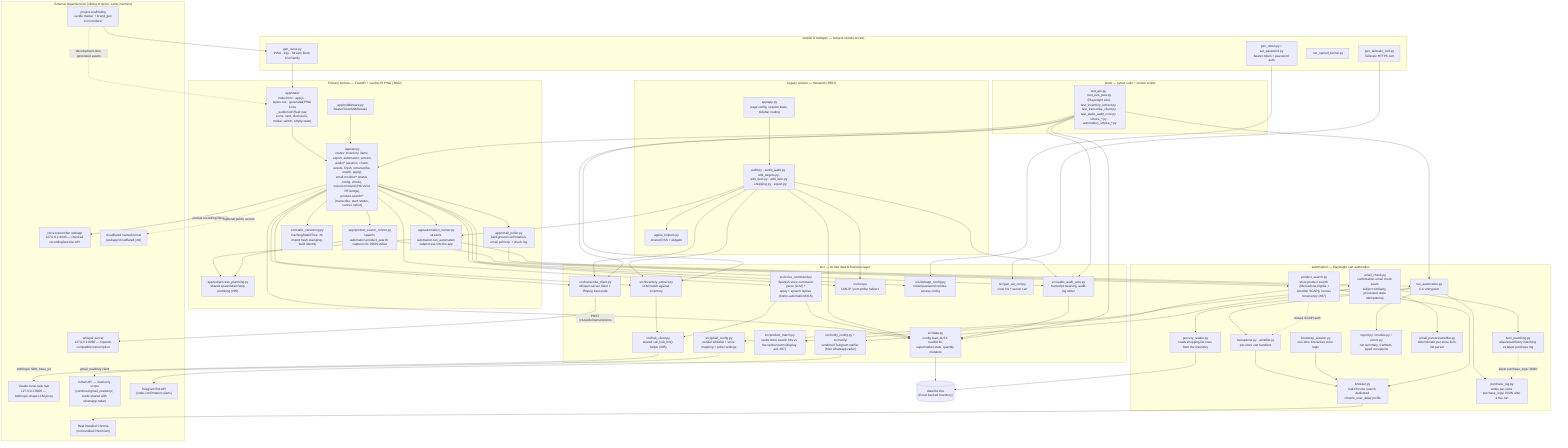
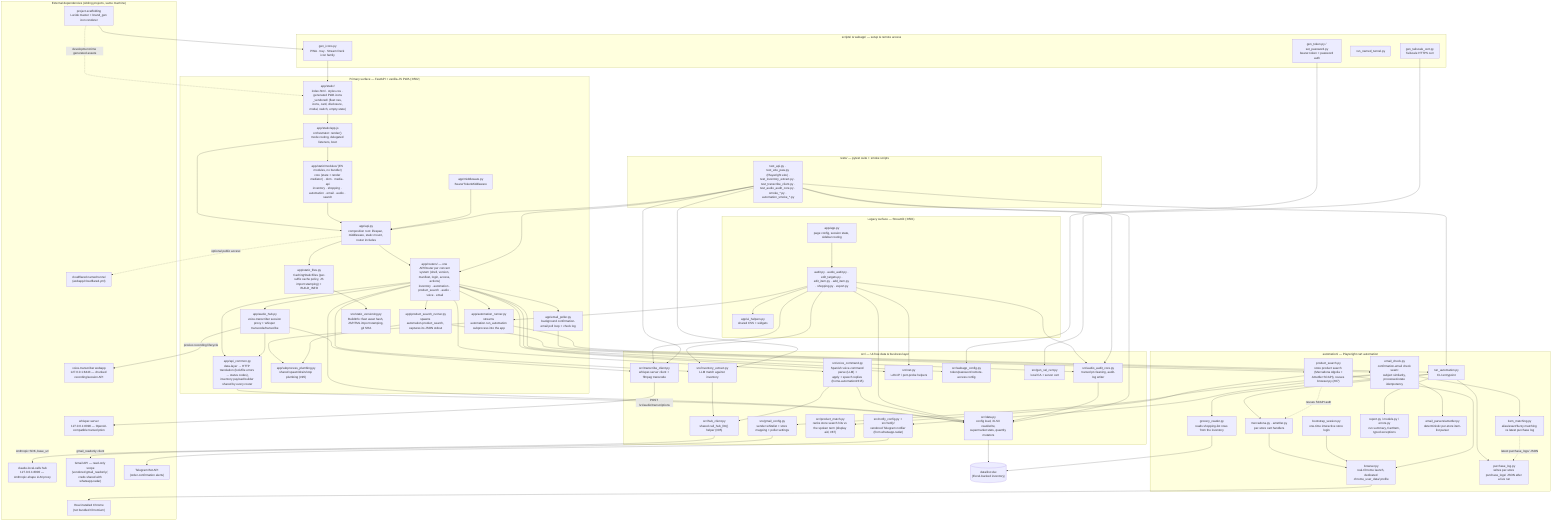
%% docs/architecture.mmd — this repo's own internal structure.
%% Hand-authored, not generated — unlike a fleet-wide crawled map, this
%% repo's own internal shape is semantic and can't be scraped the same way.
%% Update this diagram in the same PR as any material structural change (a
%% new mode/route, a module moved, a new external dependency wired in) —
%% same anti-staleness contract as this repo's own `.fleet.toml` `description`
%% field. See ferraroroberto/fleet-config#256 for the general convention.

flowchart TB
  subgraph frontend["Primary surface — FastAPI + vanilla-JS PWA (:8502)"]
-     STATIC["app/static/\nindex.html · app.js · styles.css · generated PWA icons\n_vendored/ (fleet nav, icons, card, disclosure, modal, switch, empty-state)"]
-     API["app/api.py\nroutes: inventory, items, export, automation, version,\naudio/* (session, chunk, events, finish, retranscribe, match, apply),\nemail-monitor/* (status, config, check), voice/command (HA Voice PE bridge),\nproduct-search/* (transcribe, start, status, cancel, select)"]
+     STATIC["app/static/\nindex.html · styles.css · generated PWA icons\n_vendored/ (fleet nav, icons, card, disclosure, modal, switch, empty-state)"]
+     APPJS["app/static/app.js\norchestrator: render() mode routing, delegated listeners, boot"]
+     JSMODULES["app/static/modules/ (ES modules, no bundler)\ncore (state + render mediator) · dom · media · api\ninventory · shopping · automation · email · audio · search"]
+     API["app/api.py\ncomposition root: lifespan, middleware, static mount, router includes"]
+     ROUTERS["app/routers/ — one APIRouter per concern\nsystem (shell, version, manifest, login, access, actions)\ninventory · automation · product_search · audio · voice · email"]
+     APICOMMON["app/api_common.py\ndata-layer → HTTP translation (lock/file errors → status codes),\ninventory payload builder shared by every router"]
+     AUDIOHUB["app/audio_hub.py\nvoice-transcriber session proxy + whisper transcode/transcribe"]
+     STATICFILES["app/static_files.py\nCachingStaticFiles (per-suffix cache policy, JS import stamping) + BUILD_INFO"]
    MW["app/middleware.py\nBearerTokenMiddleware"]
    RUNNER["app/automation_runner.py\nstreams automation.run_automation subprocess into the app"]
    PSRUNNER["app/product_search_runner.py\nspawns automation.product_search, captures its JSON stdout"]
    SUBPROC["app/subprocess_plumbing.py\nshared spawn/drain/stop plumbing (#95)"]
    POLLER["app/email_poller.py\nbackground confirmation-email poll loop + check log"]
-     VERSIONING["src/static_versioning.py\nCachingStaticFiles: JS import hash-stamping, build identity"]
-     STATIC --> API
+     VERSIONING["src/static_versioning.py\nBuildInfo: fleet asset hash, JS/HTML import stamping, git SHA"]
+     APPJS --> JSMODULES
+     STATIC --> APPJS
+     APPJS --> API
+     JSMODULES --> API
    MW --> API
-     API --> RUNNER
-     API --> PSRUNNER
+     API --> ROUTERS
+     API --> STATICFILES
+     STATICFILES --> VERSIONING
+     ROUTERS --> APICOMMON
+     ROUTERS --> AUDIOHUB
+     AUDIOHUB --> APICOMMON
+     ROUTERS --> RUNNER
+     ROUTERS --> PSRUNNER
    RUNNER --> SUBPROC
    PSRUNNER --> SUBPROC
-     API --> POLLER
-     API --> VERSIONING
+     ROUTERS --> POLLER
  end

  subgraph legacy["Legacy surface — Streamlit (:8501)"]
    APPPY["app/app.py\npage config, session state, sidebar routing"]
    MODES["audit.py · audio_audit.py · edit_targets.py ·\nedit_item.py · add_item.py · shopping.py · export.py"]
    UIHELP["app/ui_helpers.py\nshared CSS + widgets"]
    APPPY --> MODES
    MODES --> UIHELP
    MODES --> RUNNER
  end

  subgraph datalayer["src/ — UI-free data & business layer"]
    DATA["src/data.py\nconfig load, XLSX read/write,\nsupermarket stats, quantity mutators"]
    AUDIOCORE["src/audio_audit_core.py\ntranscript cleaning, audit-log writer"]
    EXTRACT["src/inventory_extract.py\nLLM match against inventory"]
    VOICECMD["src/voice_command.py\nSpanish voice-command parse (LLM) +\napply + speech replies (home-automation#315)"]
    HUBCLIENT["src/hub_client.py\nshared call_hub_llm() helper (#95)"]
    PRODMATCH["src/product_match.py\nranks store search hits vs the spoken term (display aid, #87)"]
    TRANSCRIBE["src/transcribe_client.py\nwhisper-server client + ffmpeg transcode"]
    NET["src/net.py\nLAN-IP / port-probe helpers"]
    WEBCFG["src/webapp_config.py\ntoken/password remote-access config"]
    GMAILCFG["src/gmail_config.py\nsender whitelist + store mapping + poller settings"]
    NOTIFYCFG["src/notify_config.py + src/notify/\nvendored Telegram notifier (from whatsapp-radar)"]
    SSL["src/gen_ssl_cert.py\nlocal CA + server cert"]
  end
-   API --> DATA
-   API --> AUDIOCORE
-   API --> EXTRACT
-   API --> VOICECMD
+   APICOMMON --> DATA
+   ROUTERS --> DATA
+   ROUTERS --> AUDIOCORE
+   ROUTERS --> EXTRACT
+   ROUTERS --> VOICECMD
  EXTRACT --> HUBCLIENT
  VOICECMD --> HUBCLIENT
  VOICECMD --> DATA
-   API --> TRANSCRIBE
-   API --> NET
-   API --> WEBCFG
+   AUDIOHUB --> TRANSCRIBE
+   ROUTERS --> NET
+   ROUTERS --> WEBCFG
  MODES --> DATA
  MODES --> AUDIOCORE
  MODES --> EXTRACT
  MODES --> TRANSCRIBE
  MODES --> NET
  AUDIOCORE --> DATA

  XLSX[("data/list.xlsx\n(Excel-backed inventory)")]
  DATA --> XLSX

  subgraph cartauto["automation/ — Playwright cart automation"]
    RUNAUTO["run_automation.py\nCLI entrypoint"]
    STOREMODS["mercadona.py · ametller.py\nper-store cart handlers"]
    BROWSER["browser.py\nreal-Chrome launch, dedicated chrome_user_data/ profile"]
    BOOTSTRAP["bootstrap_session.py\none-time interactive store login"]
    READER["grocery_reader.py\nreads shopping-list rows from the inventory"]
    REPORT["report.py / models.py / errors.py\nrun summary, CartItem, typed exceptions"]
    PURCHASELOG["purchase_log.py\nwrites per-store purchase_logs/ JSON after a live run"]
    EMAILCHECK["email_check.py\nconfirmation-email check seam:\nsubject similarity, processed-state idempotency"]
    EMAILPARSERS["email_parsers/ametller.py\ndeterministic per-store item-list parser"]
    ITEMMATCH["item_matching.py\nalias/exact/fuzzy matching vs latest purchase log"]
    PRODSEARCH["product_search.py\nstore product search (Mercadona Algolia +\nAmetller SCAPI), reuses browser.py (#87)"]
    RUNAUTO --> STOREMODS
    STOREMODS --> BROWSER
    BOOTSTRAP --> BROWSER
    RUNAUTO --> READER
    RUNAUTO --> REPORT
    RUNAUTO --> PURCHASELOG
    EMAILCHECK --> EMAILPARSERS
    EMAILCHECK --> ITEMMATCH
    PRODSEARCH --> BROWSER
    PRODSEARCH -.->|reuses SCAPI auth| STOREMODS
  end
  RUNNER --> RUNAUTO
  PSRUNNER --> PRODSEARCH
  PRODSEARCH --> PRODMATCH
  POLLER --> EMAILCHECK
  EMAILCHECK --> GMAILCFG
  EMAILCHECK --> NOTIFYCFG
  ITEMMATCH -.->|latest purchase_logs/ JSON| PURCHASELOG
  READER --> XLSX

  subgraph external["External dependencies (sibling projects, same machine)"]
    HUB["claude-local-calls hub\n127.0.0.1:8000 — Anthropic-shape LLM proxy"]
    WHISPER["whisper-server\n127.0.0.1:8090 — OpenAI-compatible transcription"]
    VOICET["voice-transcriber webapp\n127.0.0.1:8443 — chunked recording/session API"]
    CHROME["Real installed Chrome\n(not bundled Chromium)"]
    CLOUDFLARE["cloudflared named tunnel\n(webapp/cloudflared.yml)"]
    GMAILAPI["Gmail API — read-only scope\n(vendored gmail_readonly/, creds shared with whatsapp-radar)"]
    TELEGRAM["Telegram Bot API\n(order-confirmation alerts)"]
    SCAFFOLD["project-scaffolding\nLucide master + brand_gen icon renderer"]
  end
  HUBCLIENT -->|Anthropic SDK, base_url| HUB
  TRANSCRIBE -->|POST /v1/audio/transcriptions| WHISPER
-   API -->|proxies recording lifecycle| VOICET
+   AUDIOHUB -->|proxies recording lifecycle| VOICET
  BROWSER --> CHROME
  API -.->|optional public access| CLOUDFLARE
  GMAILCFG -->|gmail_readonly client| GMAILAPI
  NOTIFYCFG --> TELEGRAM
  SCAFFOLD -.->|development-time generated assets| STATIC

  subgraph scripts["scripts/ & webapp/ — setup & remote access"]
    GENTOKEN["gen_token.py / set_password.py\nbearer-token + password auth"]
    TAILCERT["gen_tailscale_cert.py\nTailscale HTTPS cert"]
    TUNNEL["run_named_tunnel.py"]
    GENICONS["gen_icons.py\nPWA · tray · Stream Deck icon family"]
  end
  GENTOKEN --> WEBCFG
  TAILCERT --> SSL
  GENICONS --> STATIC
  SCAFFOLD --> GENICONS

  subgraph tests["tests/ — pytest suite + smoke scripts"]
    TESTFILES["test_api.py · test_e2e_pwa.py (Playwright e2e) ·\ntest_inventory_extract.py · test_transcribe_client.py ·\ntest_audio_audit_core.py · smoke_*.py · automation_smoke_*.py"]
  end
  TESTFILES --> API
+   TESTFILES --> ROUTERS
  TESTFILES --> DATA
  TESTFILES --> EXTRACT
  TESTFILES --> TRANSCRIBE
  TESTFILES --> AUDIOCORE
  TESTFILES --> RUNAUTO
